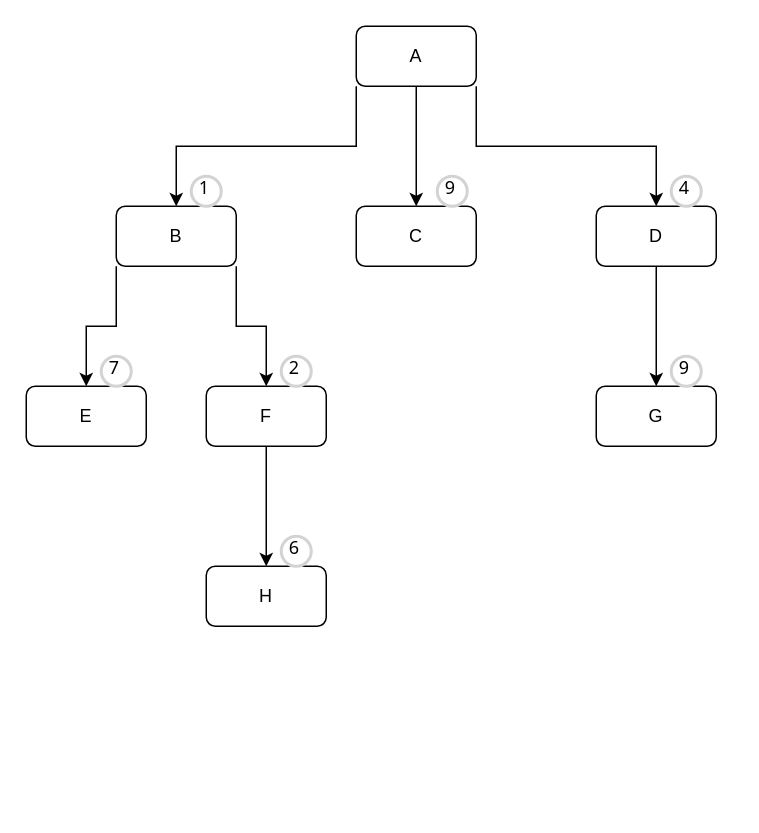
Above: images/q5/q5.drawio in joaocarloszucchi/IA-ex1 (draw.io), before the change. Source tidied: cells renumbered, new cells numbered last; positions are measured from the earlier drawing's top-left corner, leaving out a move shared by most shapes. Both pictures are drawn from the tidied source at 150%, with x=0, y=0 at pixel (26, 26).
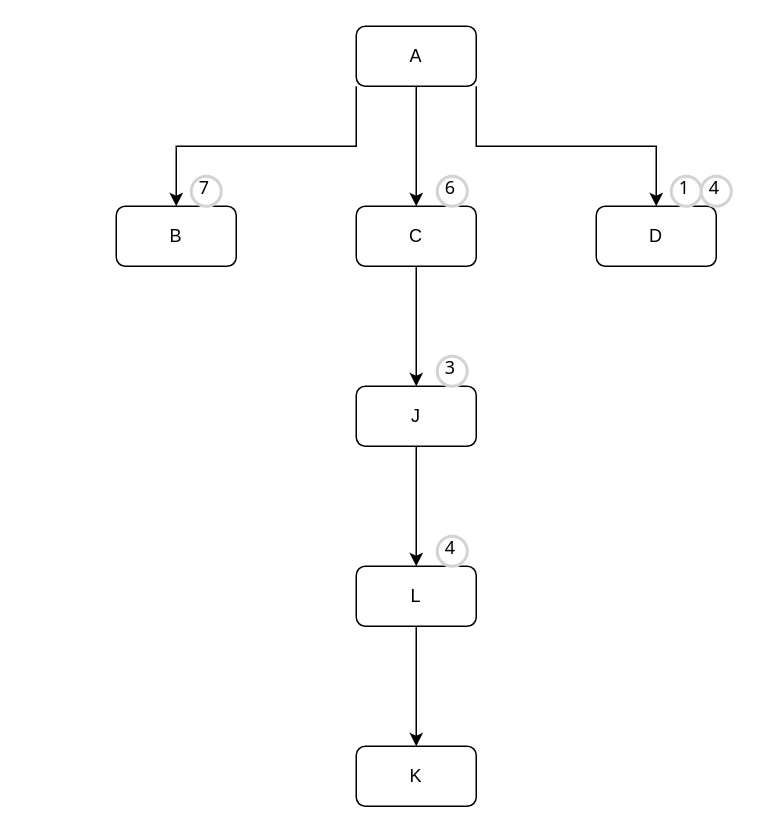
The same page after the edit.

Unchanged cells that the change refers to:
```xml
<mxCell id="8" value="B" style="rounded=1;whiteSpace=wrap;html=1;" parent="1" vertex="1">
  <mxGeometry x="60" y="120" width="80" height="40" as="geometry" />
</mxCell>
<mxCell id="9" value="C" style="rounded=1;whiteSpace=wrap;html=1;" parent="1" vertex="1">
  <mxGeometry x="220" y="120" width="80" height="40" as="geometry" />
</mxCell>
<mxCell id="11" value="D" style="rounded=1;whiteSpace=wrap;html=1;" parent="1" vertex="1">
  <mxGeometry x="380" y="120" width="80" height="40" as="geometry" />
</mxCell>
```

Change to the diagram source:
```diff
@@
-    <mxCell id="6" style="edgeStyle=orthogonalEdgeStyle;rounded=0;jettySize=auto;html=1;exitX=0;exitY=1;exitDx=0;exitDy=0;" parent="1" edge="1" source="8" target="12">
-      <mxGeometry relative="1" as="geometry" />
-    </mxCell>
-    <mxCell id="7" style="edgeStyle=orthogonalEdgeStyle;rounded=0;jettySize=auto;html=1;exitX=1;exitY=1;exitDx=0;exitDy=0;" parent="1" edge="1" source="8" target="15">
-      <mxGeometry relative="1" as="geometry" />
-    </mxCell>
@@
+    <mxCell id="24" style="edgeStyle=orthogonalEdgeStyle;rounded=0;jettySize=auto;html=1;exitX=0.5;exitY=1;exitDx=0;exitDy=0;" parent="1" edge="1" source="9" target="26">
+      <mxGeometry relative="1" as="geometry" />
+    </mxCell>
@@
-    <mxCell id="10" style="edgeStyle=orthogonalEdgeStyle;rounded=0;jettySize=auto;html=1;exitX=0.5;exitY=1;exitDx=0;exitDy=0;entryX=0.5;entryY=0;entryDx=0;entryDy=0;" parent="1" edge="1" source="11" target="17">
-      <mxGeometry relative="1" as="geometry" />
-    </mxCell>
@@
-    <mxCell id="12" value="E" style="rounded=1;whiteSpace=wrap;html=1;" parent="1" vertex="1">
-      <mxGeometry y="240" width="80" height="40" as="geometry" />
-    </mxCell>
-    <mxCell id="13" value="H" style="rounded=1;whiteSpace=wrap;html=1;" parent="1" vertex="1">
-      <mxGeometry x="120" y="360" width="80" height="40" as="geometry" />
-    </mxCell>
-    <mxCell id="14" style="edgeStyle=orthogonalEdgeStyle;rounded=0;jettySize=auto;html=1;exitX=0.5;exitY=1;exitDx=0;exitDy=0;entryX=0.5;entryY=0;entryDx=0;entryDy=0;" parent="1" edge="1" source="15" target="13">
-      <mxGeometry relative="1" as="geometry" />
-    </mxCell>
-    <mxCell id="15" value="F" style="rounded=1;whiteSpace=wrap;html=1;" parent="1" vertex="1">
-      <mxGeometry x="120" y="240" width="80" height="40" as="geometry" />
-    </mxCell>
-    <mxCell id="16" value="1" style="ellipse;whiteSpace=wrap;html=1;strokeWidth=2;fontFamily=Tahoma;spacingBottom=4;spacingRight=2;strokeColor=#d3d3d3;" parent="1" vertex="1">
-      <mxGeometry x="110" y="100" width="20" height="20" as="geometry" />
-    </mxCell>
-    <mxCell id="17" value="G" style="rounded=1;whiteSpace=wrap;html=1;" parent="1" vertex="1">
-      <mxGeometry x="380" y="240" width="80" height="40" as="geometry" />
-    </mxCell>
     <mxCell id="18" value="4" style="ellipse;whiteSpace=wrap;html=1;strokeWidth=2;fontFamily=Tahoma;spacingBottom=4;spacingRight=2;strokeColor=#d3d3d3;" parent="1" vertex="1">
-      <mxGeometry x="430" y="100" width="20" height="20" as="geometry" />
+      <mxGeometry x="450" y="100" width="20" height="20" as="geometry" />
     </mxCell>
-    <mxCell id="19" value="9" style="ellipse;whiteSpace=wrap;html=1;strokeWidth=2;fontFamily=Tahoma;spacingBottom=4;spacingRight=2;strokeColor=#d3d3d3;" parent="1" vertex="1">
-      <mxGeometry x="274" y="100" width="20" height="20" as="geometry" />
-    </mxCell>
-    <mxCell id="20" value="2" style="ellipse;whiteSpace=wrap;html=1;strokeWidth=2;fontFamily=Tahoma;spacingBottom=4;spacingRight=2;strokeColor=#d3d3d3;" parent="1" vertex="1">
-      <mxGeometry x="170" y="220" width="20" height="20" as="geometry" />
-    </mxCell>
     <mxCell id="21" value="7" style="ellipse;whiteSpace=wrap;html=1;strokeWidth=2;fontFamily=Tahoma;spacingBottom=4;spacingRight=2;strokeColor=#d3d3d3;" parent="1" vertex="1">
-      <mxGeometry x="50" y="220" width="20" height="20" as="geometry" />
+      <mxGeometry x="110" y="100" width="20" height="20" as="geometry" />
     </mxCell>
     <mxCell id="22" value="6" style="ellipse;whiteSpace=wrap;html=1;strokeWidth=2;fontFamily=Tahoma;spacingBottom=4;spacingRight=2;strokeColor=#d3d3d3;" parent="1" vertex="1">
-      <mxGeometry x="170" y="340" width="20" height="20" as="geometry" />
+      <mxGeometry x="274" y="100" width="20" height="20" as="geometry" />
     </mxCell>
-    <mxCell id="23" value="9" style="ellipse;whiteSpace=wrap;html=1;strokeWidth=2;fontFamily=Tahoma;spacingBottom=4;spacingRight=2;strokeColor=#d3d3d3;" parent="1" vertex="1">
-      <mxGeometry x="430" y="220" width="20" height="20" as="geometry" />
-    </mxCell>
+    <mxCell id="16" value="1" style="ellipse;whiteSpace=wrap;html=1;strokeWidth=2;fontFamily=Tahoma;spacingBottom=4;spacingRight=2;strokeColor=#d3d3d3;" parent="1" vertex="1">
+      <mxGeometry x="430" y="100" width="20" height="20" as="geometry" />
+    </mxCell>
+    <mxCell id="25" style="edgeStyle=orthogonalEdgeStyle;rounded=0;jettySize=auto;html=1;exitX=0.5;exitY=1;exitDx=0;exitDy=0;entryX=0.5;entryY=0;entryDx=0;entryDy=0;" parent="1" edge="1" source="26" target="28">
+      <mxGeometry relative="1" as="geometry" />
+    </mxCell>
+    <mxCell id="26" value="J" style="rounded=1;whiteSpace=wrap;html=1;" parent="1" vertex="1">
+      <mxGeometry x="220" y="240" width="80" height="40" as="geometry" />
+    </mxCell>
+    <mxCell id="27" style="edgeStyle=orthogonalEdgeStyle;rounded=0;jettySize=auto;html=1;exitX=0.5;exitY=1;exitDx=0;exitDy=0;entryX=0.5;entryY=0;entryDx=0;entryDy=0;" parent="1" edge="1" source="28" target="31">
+      <mxGeometry relative="1" as="geometry" />
+    </mxCell>
+    <mxCell id="28" value="L" style="rounded=1;whiteSpace=wrap;html=1;" parent="1" vertex="1">
+      <mxGeometry x="220" y="360" width="80" height="40" as="geometry" />
+    </mxCell>
+    <mxCell id="29" value="3" style="ellipse;whiteSpace=wrap;html=1;strokeWidth=2;fontFamily=Tahoma;spacingBottom=4;spacingRight=2;strokeColor=#d3d3d3;" parent="1" vertex="1">
+      <mxGeometry x="274" y="220" width="20" height="20" as="geometry" />
+    </mxCell>
+    <mxCell id="30" value="4" style="ellipse;whiteSpace=wrap;html=1;strokeWidth=2;fontFamily=Tahoma;spacingBottom=4;spacingRight=2;strokeColor=#d3d3d3;" parent="1" vertex="1">
+      <mxGeometry x="274" y="340" width="20" height="20" as="geometry" />
+    </mxCell>
+    <mxCell id="31" value="K" style="rounded=1;whiteSpace=wrap;html=1;" parent="1" vertex="1">
+      <mxGeometry x="220" y="480" width="80" height="40" as="geometry" />
+    </mxCell>
```
